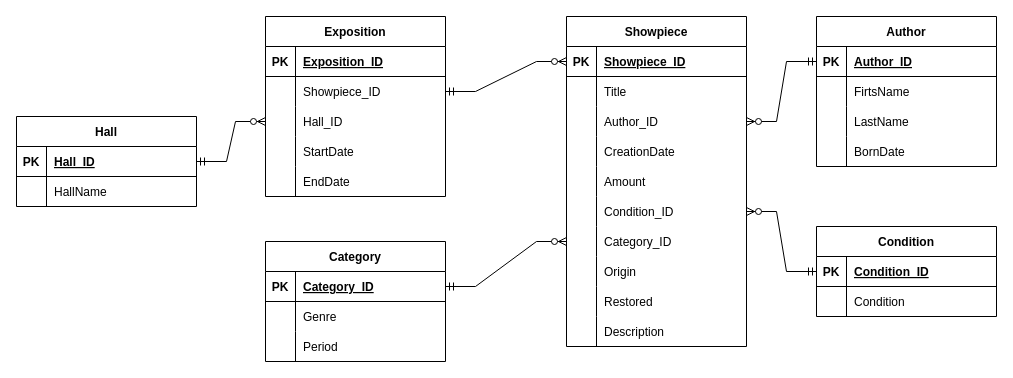
Before: Диаграмма без названия.drawio in i66iwm/Agency, a draw.io diagram. Source tidied: cells renumbered, new cells numbered last; positions are measured from the earlier drawing's top-left corner, leaving out a move shared by most shapes. Both pictures are drawn from the tidied source at 100%, with x=0, y=0 at pixel (16, 16).
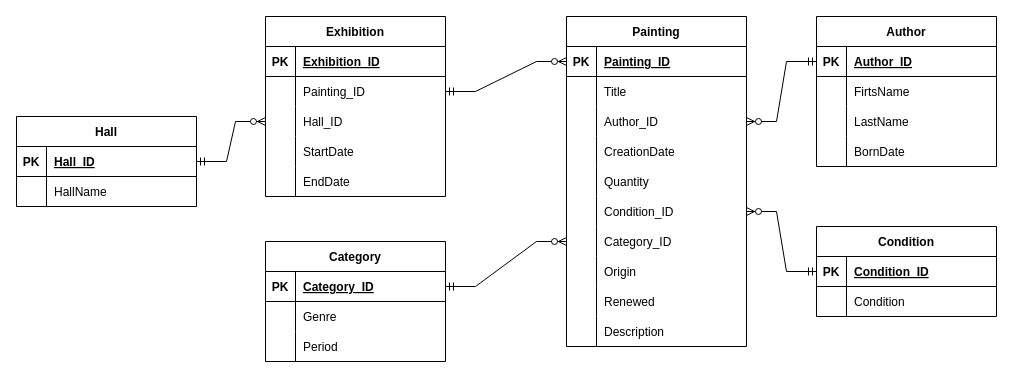
The same page after the edit.

The change refers to these unchanged cells:
```xml
<mxCell id="10" style="shape=tableRow;horizontal=0;startSize=0;swimlaneHead=0;swimlaneBody=0;fillColor=none;top=0;left=0;right=0;bottom=1;" parent="9" vertex="1">
  <mxGeometry y="30" width="180" height="30" as="geometry" />
</mxCell>
<mxCell id="13" style="shape=tableRow;horizontal=0;startSize=0;swimlaneHead=0;swimlaneBody=0;fillColor=none;points=[[0,0.5],[1,0.5]];portConstraint=eastwest;top=0;left=0;right=0;bottom=0;" parent="9" vertex="1">
  <mxGeometry y="60" width="180" height="30" as="geometry" />
</mxCell>
<mxCell id="37" style="shape=tableRow;horizontal=0;startSize=0;swimlaneHead=0;swimlaneBody=0;fillColor=none;points=[[0,0.5],[1,0.5]];portConstraint=eastwest;top=0;left=0;right=0;bottom=1;" parent="36" vertex="1">
  <mxGeometry y="30" width="180" height="30" as="geometry" />
</mxCell>
<mxCell id="49" style="shape=tableRow;horizontal=0;startSize=0;swimlaneHead=0;swimlaneBody=0;fillColor=none;top=0;left=0;right=0;bottom=0;" parent="36" vertex="1">
  <mxGeometry y="150" width="180" height="30" as="geometry" />
</mxCell>
<mxCell id="61" style="shape=tableRow;horizontal=0;startSize=0;swimlaneHead=0;swimlaneBody=0;fillColor=none;top=0;left=0;right=0;bottom=0;" parent="36" vertex="1">
  <mxGeometry y="270" width="180" height="30" as="geometry" />
</mxCell>
```

The edit, as a diff of the source:
```diff
@@
-    <mxCell id="9" value="Exposition" style="shape=table;startSize=30;childLayout=tableLayout;rowLines=0;fontStyle=1;align=center;" parent="1" vertex="1">
+    <mxCell id="9" value="Exhibition" style="shape=table;startSize=30;childLayout=tableLayout;rowLines=0;fontStyle=1;align=center;" parent="1" vertex="1">
       <mxGeometry x="249" width="180" height="180" as="geometry" />
     </mxCell>
@@
-    <mxCell id="12" value="Exposition_ID" style="shape=partialRectangle;fillColor=none;top=0;left=0;bottom=0;right=0;align=left;spacingLeft=6;fontStyle=5;overflow=hidden;" parent="10" vertex="1">
+    <mxCell id="12" value="Exhibition_ID" style="shape=partialRectangle;fillColor=none;top=0;left=0;bottom=0;right=0;align=left;spacingLeft=6;fontStyle=5;overflow=hidden;" parent="10" vertex="1">
       <mxGeometry x="30" width="150" height="30" as="geometry" />
     </mxCell>
@@
-    <mxCell id="15" value="Showpiece_ID" style="shape=partialRectangle;fillColor=none;top=0;left=0;bottom=0;right=0;align=left;spacingLeft=6;overflow=hidden;" parent="13" vertex="1">
+    <mxCell id="15" value="Painting_ID" style="shape=partialRectangle;fillColor=none;top=0;left=0;bottom=0;right=0;align=left;spacingLeft=6;overflow=hidden;" parent="13" vertex="1">
       <mxGeometry x="30" width="150" height="30" as="geometry" />
     </mxCell>
@@
-    <mxCell id="36" value="Showpiece" style="shape=table;startSize=30;childLayout=tableLayout;rowLines=0;fontStyle=1;align=center;" parent="1" vertex="1">
+    <mxCell id="36" value="Painting" style="shape=table;startSize=30;childLayout=tableLayout;rowLines=0;fontStyle=1;align=center;" parent="1" vertex="1">
       <mxGeometry x="550" width="180" height="330" as="geometry" />
     </mxCell>
@@
-    <mxCell id="39" value="Showpiece_ID" style="shape=partialRectangle;fillColor=none;top=0;left=0;bottom=0;right=0;align=left;spacingLeft=6;fontStyle=5;overflow=hidden;" parent="37" vertex="1">
+    <mxCell id="39" value="Painting_ID" style="shape=partialRectangle;fillColor=none;top=0;left=0;bottom=0;right=0;align=left;spacingLeft=6;fontStyle=5;overflow=hidden;" parent="37" vertex="1">
       <mxGeometry x="30" width="150" height="30" as="geometry" />
     </mxCell>
@@
-    <mxCell id="51" value="Amount" style="shape=partialRectangle;fillColor=none;top=0;left=0;bottom=0;right=0;align=left;spacingLeft=6;overflow=hidden;" parent="49" vertex="1">
+    <mxCell id="51" value="Quantity" style="shape=partialRectangle;fillColor=none;top=0;left=0;bottom=0;right=0;align=left;spacingLeft=6;overflow=hidden;" parent="49" vertex="1">
       <mxGeometry x="30" width="150" height="30" as="geometry" />
     </mxCell>
@@
-    <mxCell id="63" value="Restored" style="shape=partialRectangle;fillColor=none;top=0;left=0;bottom=0;right=0;align=left;spacingLeft=6;overflow=hidden;" parent="61" vertex="1">
+    <mxCell id="63" value="Renewed" style="shape=partialRectangle;fillColor=none;top=0;left=0;bottom=0;right=0;align=left;spacingLeft=6;overflow=hidden;" parent="61" vertex="1">
       <mxGeometry x="30" width="150" height="30" as="geometry" />
     </mxCell>
```
